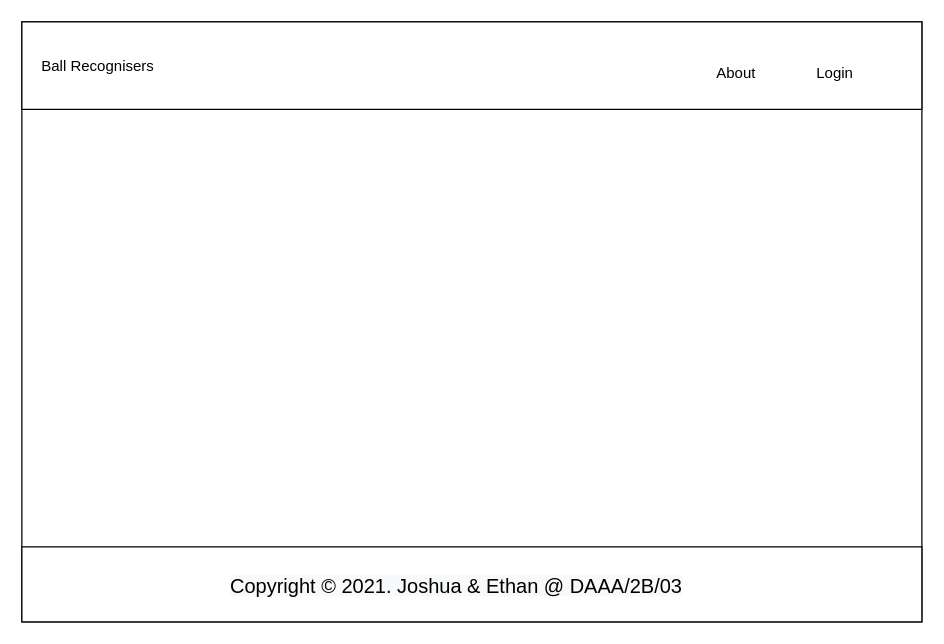
Above: Wireframes/LoginHTML.drawio in ethanolx/Ball-Recognizer-Web-py (draw.io), before the change. Source tidied: cells renumbered, new cells numbered last; positions are measured from the earlier drawing's top-left corner, leaving out a move shared by most shapes. Both pictures are drawn from the tidied source at 125%, with x=0, y=0 at pixel (21, 21).
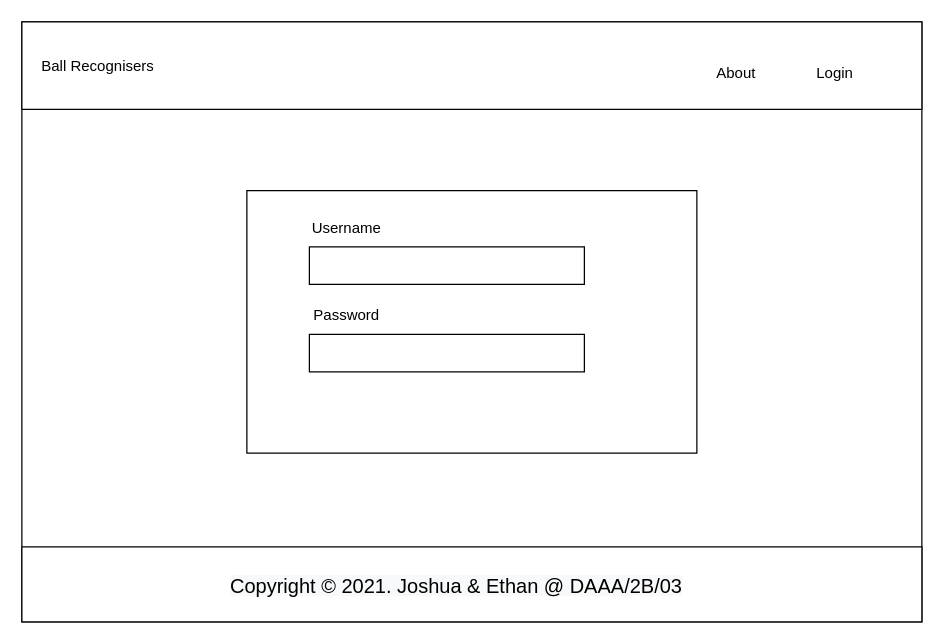
Above is the later version.

Change to the diagram source:
```diff
@@
 <mxGraphModel>
   <root>
     <mxCell id="0" />
     <mxCell id="1" parent="0" />
     <mxCell id="2" style="rounded=0;whiteSpace=wrap;html=1;" parent="1" vertex="1">
       <mxGeometry width="720" height="480" as="geometry" />
     </mxCell>
     <mxCell id="3" style="rounded=0;whiteSpace=wrap;html=1;" parent="1" vertex="1">
       <mxGeometry width="720" height="70" as="geometry" />
     </mxCell>
     <mxCell id="4" style="rounded=0;whiteSpace=wrap;html=1;" parent="1" vertex="1">
       <mxGeometry y="420" width="720" height="60" as="geometry" />
     </mxCell>
     <mxCell id="5" value="&lt;span style=&quot;color: rgb(0, 0, 0); font-family: helvetica; font-size: 16px; font-style: normal; font-weight: 400; letter-spacing: normal; text-align: center; text-indent: 0px; text-transform: none; word-spacing: 0px; background-color: rgb(248, 249, 250); display: inline; float: none;&quot;&gt;Copyright © 2021. Joshua &amp;amp; Ethan @ DAAA/2B/03&lt;/span&gt;" style="text;whiteSpace=wrap;html=1;" parent="1" vertex="1">
       <mxGeometry x="165" y="435" width="390" height="30" as="geometry" />
     </mxCell>
     <mxCell id="6" value="Login" style="text;strokeColor=none;fillColor=none;align=left;verticalAlign=middle;spacingLeft=4;spacingRight=4;overflow=hidden;" parent="1" vertex="1">
       <mxGeometry x="630" y="25" width="80" height="30" as="geometry" />
     </mxCell>
     <mxCell id="7" value="About" style="text;strokeColor=none;fillColor=none;align=left;verticalAlign=middle;spacingLeft=4;spacingRight=4;overflow=hidden;" parent="1" vertex="1">
       <mxGeometry x="550" y="25" width="80" height="30" as="geometry" />
     </mxCell>
     <mxCell id="8" value="Ball Recognisers" style="text;strokeColor=none;fillColor=none;align=left;verticalAlign=middle;spacingLeft=4;spacingRight=4;overflow=hidden;" parent="1" vertex="1">
       <mxGeometry x="10" y="20" width="150" height="30" as="geometry" />
     </mxCell>
+    <mxCell id="9" style="rounded=0;whiteSpace=wrap;html=1;" parent="1" vertex="1">
+      <mxGeometry x="180" y="135" width="360" height="210" as="geometry" />
+    </mxCell>
+    <mxCell id="10" style="rounded=0;whiteSpace=wrap;html=1;" parent="1" vertex="1">
+      <mxGeometry x="230" y="180" width="220" height="30" as="geometry" />
+    </mxCell>
+    <mxCell id="11" style="rounded=0;whiteSpace=wrap;html=1;align=left;" parent="1" vertex="1">
+      <mxGeometry x="230" y="250" width="220" height="30" as="geometry" />
+    </mxCell>
+    <mxCell id="12" value="Username" style="text;html=1;strokeColor=none;fillColor=none;align=center;verticalAlign=middle;whiteSpace=wrap;rounded=0;" parent="1" vertex="1">
+      <mxGeometry x="230" y="150" width="60" height="30" as="geometry" />
+    </mxCell>
+    <mxCell id="13" value="Password" style="text;html=1;strokeColor=none;fillColor=none;align=center;verticalAlign=middle;whiteSpace=wrap;rounded=0;" parent="1" vertex="1">
+      <mxGeometry x="230" y="220" width="60" height="30" as="geometry" />
+    </mxCell>
   </root>
 </mxGraphModel>
```
